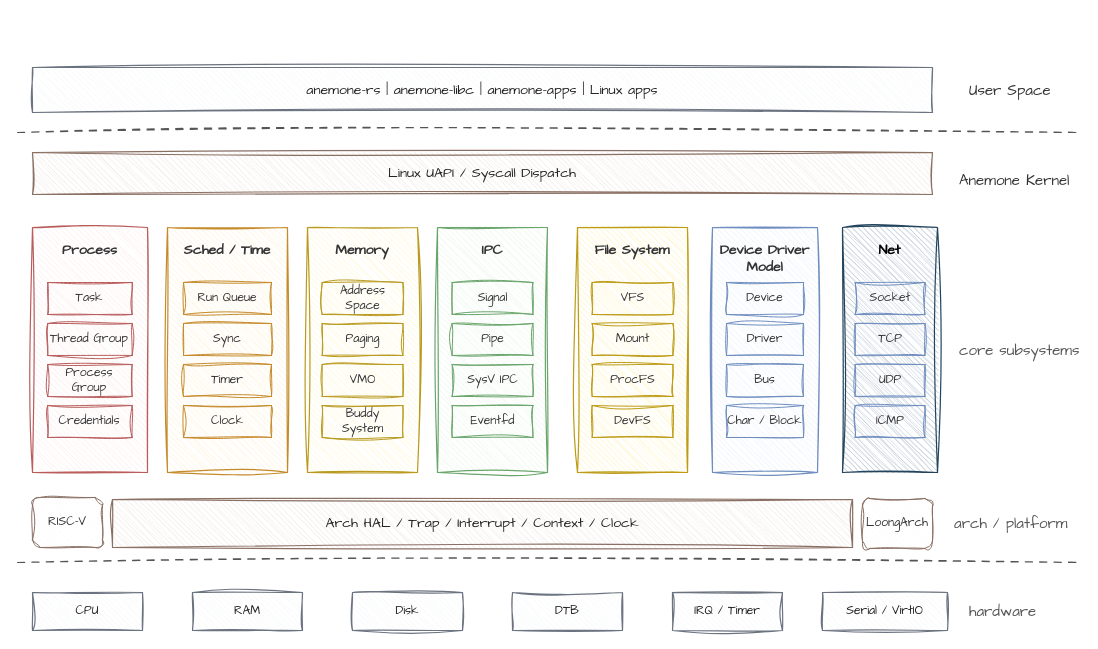
The draw.io diagram report/kernel-report/assets/anemone-architecture.drawio in anemone-os/anemone, before the edit. Source tidied: cells renumbered, new cells numbered last; positions are measured from the earlier drawing's top-left corner, leaving out a move shared by most shapes. Both pictures are drawn from the tidied source at 100%, with x=0, y=0 at pixel (17, 67).
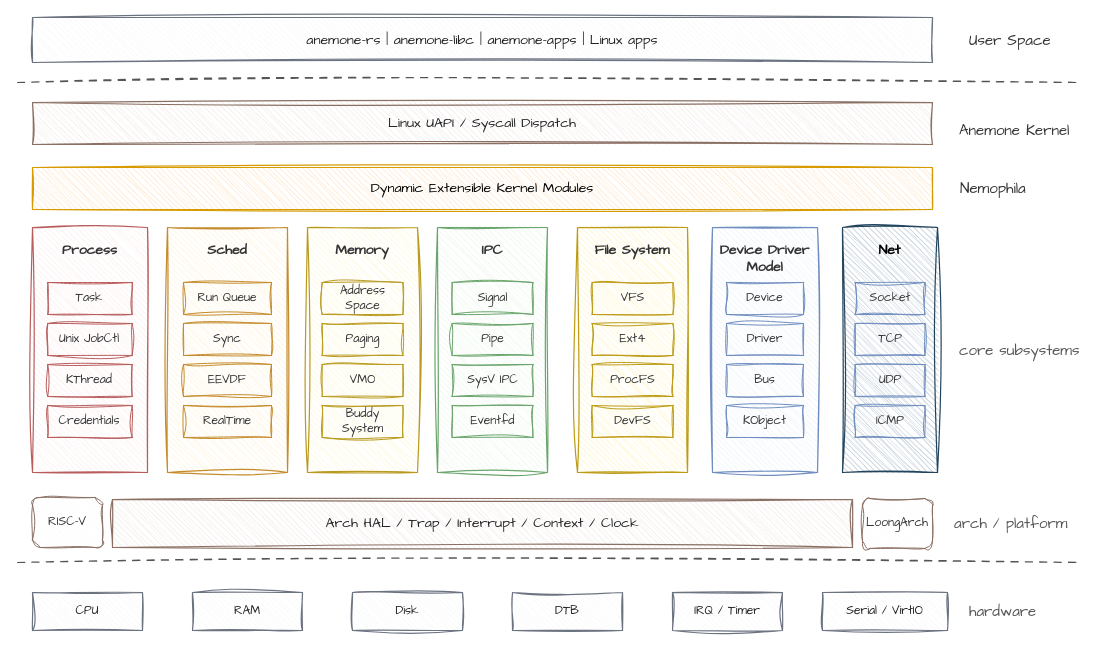
Above is the later version.

Unchanged cells that the change refers to:
```xml
<mxCell id="7" value="Process" style="rounded=0;whiteSpace=wrap;html=1;hachureGap=4;hachureAngle=45;roughness=1;fillColor=#fdeeee;strokeColor=#b95c5c;fontColor=#333333;fontFamily=Comic Sans MS;fontSize=14;fontStyle=1;verticalAlign=top;spacingTop=8;strokeWidth=1.2;sketch=1;curveFitting=1;jiggle=2;" parent="1" vertex="1">
  <mxGeometry x="15" y="160" width="115" height="245" as="geometry" />
</mxCell>
<mxCell id="27" value="File System" style="rounded=0;whiteSpace=wrap;html=1;hachureGap=4;hachureAngle=45;roughness=1;fillColor=#fff5c7;strokeColor=#bd9b15;fontColor=#333333;fontFamily=Comic Sans MS;fontSize=14;fontStyle=1;verticalAlign=top;spacingTop=8;strokeWidth=1.2;sketch=1;curveFitting=1;jiggle=2;" parent="1" vertex="1">
  <mxGeometry x="560" y="160" width="110" height="245" as="geometry" />
</mxCell>
<mxCell id="32" value="Device Driver&#10;Model" style="rounded=0;whiteSpace=wrap;html=1;hachureGap=4;hachureAngle=45;roughness=1;fillColor=#edf3fb;strokeColor=#6f8ebf;fontColor=#333333;fontFamily=Comic Sans MS;fontSize=14;fontStyle=1;verticalAlign=top;spacingTop=8;strokeWidth=1.2;sketch=1;curveFitting=1;jiggle=2;" parent="1" vertex="1">
  <mxGeometry x="695" y="160" width="105" height="245" as="geometry" />
</mxCell>
```

Change to the diagram source:
```diff
@@
     <mxCell id="2" value="anemone-rs | anemone-libc | anemone-apps | Linux apps" style="rounded=0;whiteSpace=wrap;html=1;hachureGap=4;hachureAngle=45;roughness=1;fillColor=#f7f8fa;strokeColor=#6b7280;fontColor=#222222;fontFamily=Comic Sans MS;fontSize=14;strokeWidth=1.2;sketch=1;curveFitting=1;jiggle=2;" parent="1" vertex="1">
-      <mxGeometry x="15" width="900" height="45" as="geometry" />
+      <mxGeometry x="15" y="-50" width="900" height="45" as="geometry" />
     </mxCell>
     <mxCell id="3" value="Linux UAPI / Syscall Dispatch" style="rounded=0;whiteSpace=wrap;html=1;hachureGap=4;hachureAngle=45;roughness=1;fillColor=#f1ebe7;strokeColor=#8a6f63;fontColor=#222222;fontFamily=Comic Sans MS;fontSize=14;strokeWidth=1.2;sketch=1;curveFitting=1;jiggle=2;" parent="1" vertex="1">
-      <mxGeometry x="15" y="85" width="900" height="42" as="geometry" />
+      <mxGeometry x="15" y="35" width="900" height="42" as="geometry" />
     </mxCell>
     <mxCell id="4" value="User Space" style="text;html=1;strokeColor=none;fillColor=none;align=left;verticalAlign=middle;fontFamily=Comic Sans MS;fontSize=15;fontColor=#333333;sketch=1;curveFitting=1;jiggle=2;" parent="1" vertex="1">
-      <mxGeometry x="950" y="5" width="90" height="35" as="geometry" />
+      <mxGeometry x="950" y="-45" width="90" height="35" as="geometry" />
     </mxCell>
     <mxCell id="5" value="&lt;span style=&quot;font-weight: normal;&quot;&gt;Anemone Kernel&lt;/span&gt;" style="text;html=1;strokeColor=none;fillColor=none;align=left;verticalAlign=middle;fontFamily=Comic Sans MS;fontSize=15;fontColor=#333333;fontStyle=1;sketch=1;curveFitting=1;jiggle=2;" parent="1" vertex="1">
-      <mxGeometry x="940" y="85" width="120" height="55" as="geometry" />
+      <mxGeometry x="940" y="35" width="120" height="55" as="geometry" />
     </mxCell>
@@
-    <mxCell id="9" value="Thread Group" style="rounded=0;whiteSpace=wrap;html=1;hachureGap=4;hachureAngle=45;roughness=1;fillColor=#fff6f6;strokeColor=#b95c5c;fontColor=#333333;fontFamily=Comic Sans MS;fontSize=12;strokeWidth=1;sketch=1;curveFitting=1;jiggle=2;" parent="7" vertex="1">
+    <mxCell id="9" value="Unix JobCtl" style="rounded=0;whiteSpace=wrap;html=1;hachureGap=4;hachureAngle=45;roughness=1;fillColor=#fff6f6;strokeColor=#b95c5c;fontColor=#333333;fontFamily=Comic Sans MS;fontSize=12;strokeWidth=1;sketch=1;curveFitting=1;jiggle=2;" parent="7" vertex="1">
       <mxGeometry x="15.3" y="96" width="84.3" height="32" as="geometry" />
     </mxCell>
-    <mxCell id="10" value="Process Group" style="rounded=0;whiteSpace=wrap;html=1;hachureGap=4;hachureAngle=45;roughness=1;fillColor=#fff6f6;strokeColor=#b95c5c;fontColor=#333333;fontFamily=Comic Sans MS;fontSize=12;strokeWidth=1;sketch=1;curveFitting=1;jiggle=2;" parent="7" vertex="1">
+    <mxCell id="10" value="KThread" style="rounded=0;whiteSpace=wrap;html=1;hachureGap=4;hachureAngle=45;roughness=1;fillColor=#fff6f6;strokeColor=#b95c5c;fontColor=#333333;fontFamily=Comic Sans MS;fontSize=12;strokeWidth=1;sketch=1;curveFitting=1;jiggle=2;" parent="7" vertex="1">
       <mxGeometry x="15.3" y="137" width="84.3" height="32" as="geometry" />
     </mxCell>
@@
-    <mxCell id="12" value="Sched / Time" style="rounded=0;whiteSpace=wrap;html=1;hachureGap=4;hachureAngle=45;roughness=1;fillColor=#fff4dc;strokeColor=#c58a2a;fontColor=#333333;fontFamily=Comic Sans MS;fontSize=14;fontStyle=1;verticalAlign=top;spacingTop=8;strokeWidth=1.2;sketch=1;curveFitting=1;jiggle=2;" parent="1" vertex="1">
+    <mxCell id="12" value="Sched" style="rounded=0;whiteSpace=wrap;html=1;hachureGap=4;hachureAngle=45;roughness=1;fillColor=#fff4dc;strokeColor=#c58a2a;fontColor=#333333;fontFamily=Comic Sans MS;fontSize=14;fontStyle=1;verticalAlign=top;spacingTop=8;strokeWidth=1.2;sketch=1;curveFitting=1;jiggle=2;" parent="1" vertex="1">
       <mxGeometry x="150" y="160" width="120" height="245" as="geometry" />
     </mxCell>
@@
-    <mxCell id="15" value="Timer" style="rounded=0;whiteSpace=wrap;html=1;hachureGap=4;hachureAngle=45;roughness=1;fillColor=#fffaf0;strokeColor=#c58a2a;fontColor=#333333;fontFamily=Comic Sans MS;fontSize=12;strokeWidth=1;sketch=1;curveFitting=1;jiggle=2;" parent="12" vertex="1">
+    <mxCell id="15" value="EEVDF" style="rounded=0;whiteSpace=wrap;html=1;hachureGap=4;hachureAngle=45;roughness=1;fillColor=#fffaf0;strokeColor=#c58a2a;fontColor=#333333;fontFamily=Comic Sans MS;fontSize=12;strokeWidth=1;sketch=1;curveFitting=1;jiggle=2;" parent="12" vertex="1">
       <mxGeometry x="16" y="137" width="88" height="32" as="geometry" />
     </mxCell>
-    <mxCell id="16" value="Clock" style="rounded=0;whiteSpace=wrap;html=1;hachureGap=4;hachureAngle=45;roughness=1;fillColor=#fffaf0;strokeColor=#c58a2a;fontColor=#333333;fontFamily=Comic Sans MS;fontSize=12;strokeWidth=1;sketch=1;curveFitting=1;jiggle=2;" parent="12" vertex="1">
+    <mxCell id="16" value="RealTime" style="rounded=0;whiteSpace=wrap;html=1;hachureGap=4;hachureAngle=45;roughness=1;fillColor=#fffaf0;strokeColor=#c58a2a;fontColor=#333333;fontFamily=Comic Sans MS;fontSize=12;strokeWidth=1;sketch=1;curveFitting=1;jiggle=2;" parent="12" vertex="1">
       <mxGeometry x="16" y="178" width="88" height="32" as="geometry" />
     </mxCell>
@@
-    <mxCell id="29" value="Mount" style="rounded=0;whiteSpace=wrap;html=1;hachureGap=4;hachureAngle=45;roughness=1;fillColor=#fffdf0;strokeColor=#bd9b15;fontColor=#333333;fontFamily=Comic Sans MS;fontSize=12;strokeWidth=1;sketch=1;curveFitting=1;jiggle=2;" parent="27" vertex="1">
+    <mxCell id="29" value="Ext4" style="rounded=0;whiteSpace=wrap;html=1;hachureGap=4;hachureAngle=45;roughness=1;fillColor=#fffdf0;strokeColor=#bd9b15;fontColor=#333333;fontFamily=Comic Sans MS;fontSize=12;strokeWidth=1;sketch=1;curveFitting=1;jiggle=2;" parent="27" vertex="1">
       <mxGeometry x="14.7" y="96" width="80.7" height="32" as="geometry" />
     </mxCell>
@@
-    <mxCell id="36" value="Char / Block" style="rounded=0;whiteSpace=wrap;html=1;hachureGap=4;hachureAngle=45;roughness=1;fillColor=#f8fbff;strokeColor=#6f8ebf;fontColor=#333333;fontFamily=Comic Sans MS;fontSize=12;strokeWidth=1;sketch=1;curveFitting=1;jiggle=2;" parent="32" vertex="1">
+    <mxCell id="36" value="KObject" style="rounded=0;whiteSpace=wrap;html=1;hachureGap=4;hachureAngle=45;roughness=1;fillColor=#f8fbff;strokeColor=#6f8ebf;fontColor=#333333;fontFamily=Comic Sans MS;fontSize=12;strokeWidth=1;sketch=1;curveFitting=1;jiggle=2;" parent="32" vertex="1">
       <mxGeometry x="14" y="178" width="77" height="32" as="geometry" />
     </mxCell>
@@
     <mxCell id="48" style="shape=line;html=1;strokeColor=#555555;dashed=1;dashPattern=6 6;strokeWidth=1.2;sketch=1;curveFitting=1;jiggle=2;" parent="1" vertex="1">
-      <mxGeometry y="60" width="1060" height="10" as="geometry" />
+      <mxGeometry y="10" width="1060" height="10" as="geometry" />
     </mxCell>
@@
+    <mxCell id="55" value="Dynamic Extensible Kernel Modules" style="rounded=0;whiteSpace=wrap;html=1;hachureGap=4;hachureAngle=45;roughness=1;fillColor=#ffe6cc;strokeColor=#d79b00;fontFamily=Comic Sans MS;fontSize=14;strokeWidth=1.2;sketch=1;curveFitting=1;jiggle=2;" parent="1" vertex="1">
+      <mxGeometry x="15" y="100" width="900" height="42" as="geometry" />
+    </mxCell>
+    <mxCell id="56" value="&lt;span style=&quot;font-weight: normal;&quot;&gt;&amp;nbsp;Nemophila&lt;/span&gt;" style="text;html=1;strokeColor=none;fillColor=none;align=left;verticalAlign=middle;fontFamily=Comic Sans MS;fontSize=15;fontColor=#333333;fontStyle=1;sketch=1;curveFitting=1;jiggle=2;" parent="1" vertex="1">
+      <mxGeometry x="935" y="93.5" width="120" height="55" as="geometry" />
+    </mxCell>
```
